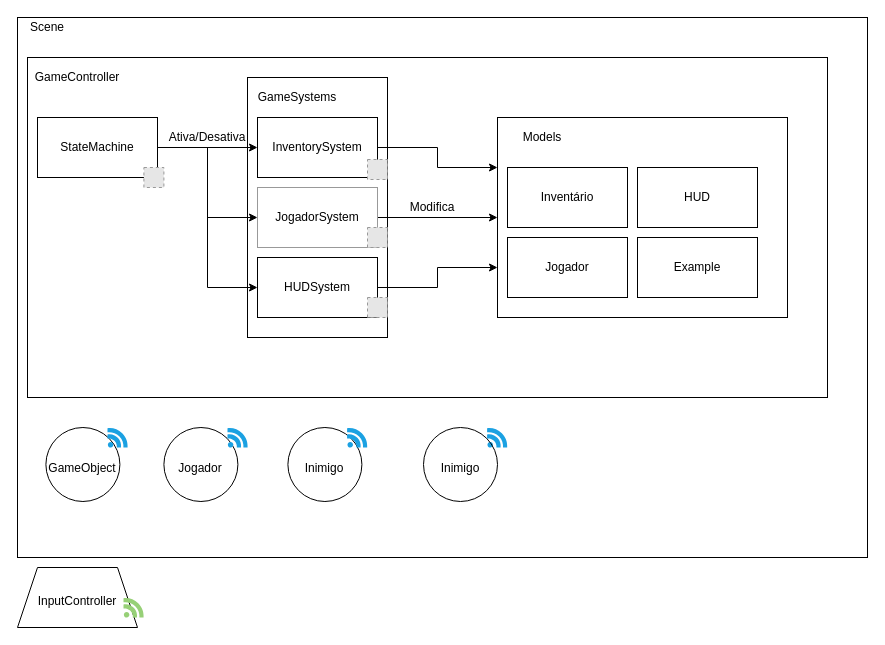
Above: page "[HDL] PubSub" (4 of 6) of 1nnocent.drawio in Hollow-Ice-Studio/GitInitials (draw.io), before the change. Source tidied: cells renumbered, new cells numbered last; positions are measured from the earlier drawing's top-left corner, leaving out a move shared by most shapes. Both pictures are drawn from the tidied source at 100%, with x=0, y=0 at pixel (17, 17). Pictures stored in the file or linked from it are replaced by grey dashed boxes.
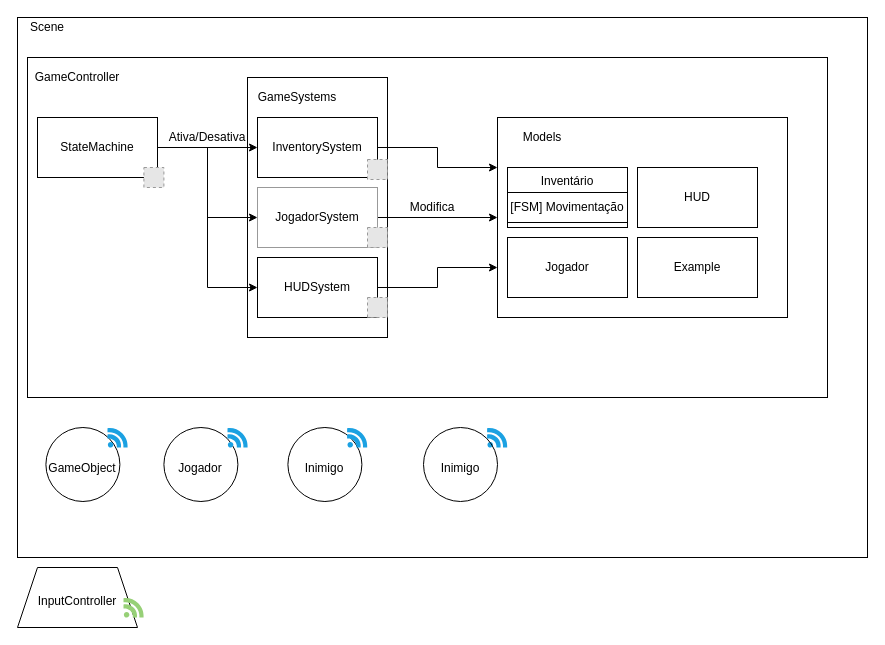
After the change.

What changed in the source:
```diff
@@
-    <mxCell id="19" value="Inventário" style="rounded=0;whiteSpace=wrap;html=1;" parent="1" vertex="1">
+    <mxCell id="19" value="Inventário" style="rounded=0;whiteSpace=wrap;html=1;verticalAlign=top;" parent="1" vertex="1">
       <mxGeometry x="490" y="150" width="120" height="60" as="geometry" />
     </mxCell>
@@
+    <mxCell id="40" value="[FSM] Movimentação" style="rounded=0;whiteSpace=wrap;html=1;align=center;" parent="1" vertex="1">
+      <mxGeometry x="490" y="175" width="120" height="30" as="geometry" />
+    </mxCell>
```
